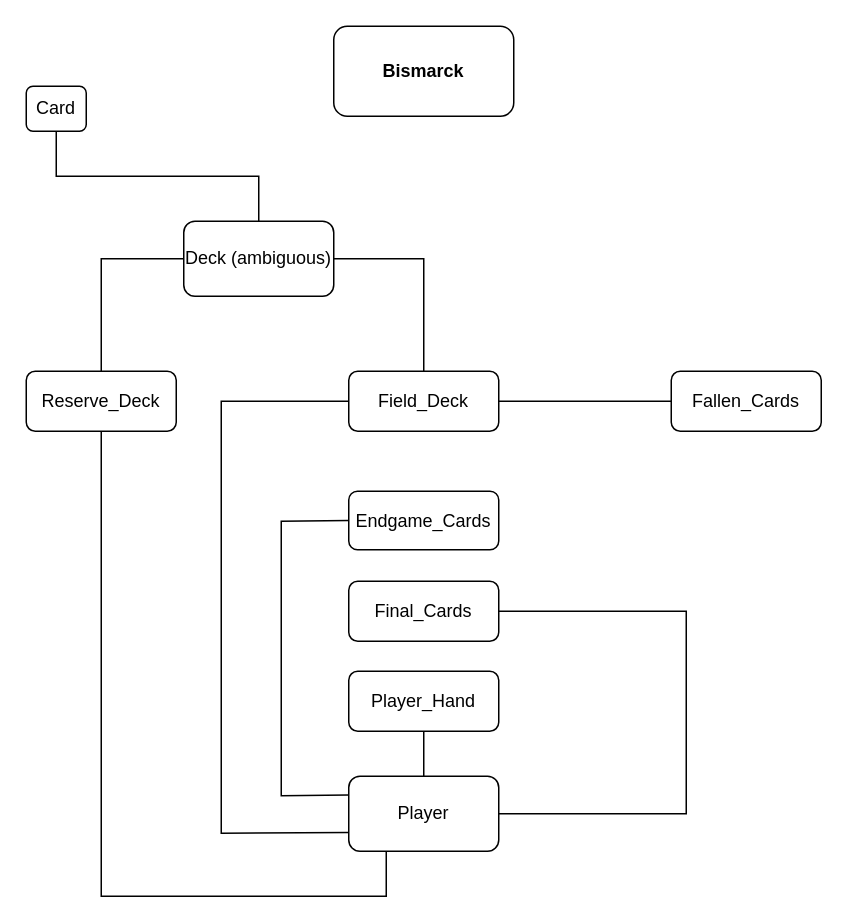
The draw.io diagram documentation/Bismarck_architecture.drawio in Catrovitch/Bismarck, before the edit. Source tidied: cells renumbered, new cells numbered last; positions are measured from the earlier drawing's top-left corner, leaving out a move shared by most shapes. Both pictures are drawn from the tidied source at 150%, with x=0, y=0 at pixel (26, 26).
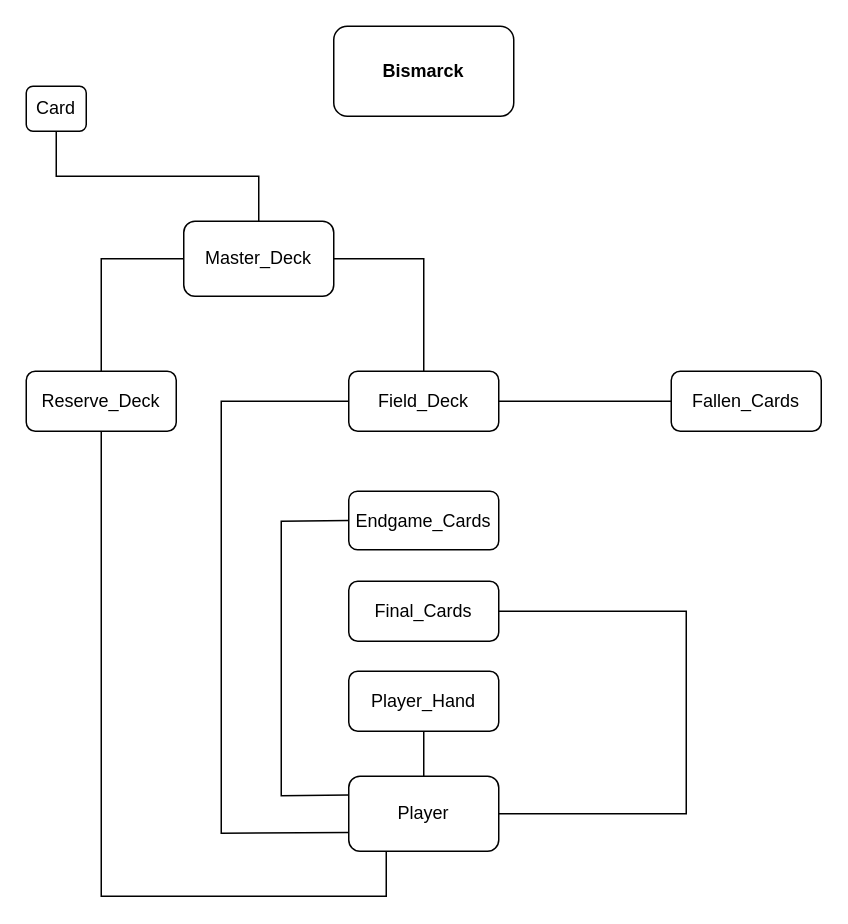
The same page after the edit.

Change to the diagram source:
```diff
@@
-    <mxCell id="14" value="Deck (ambiguous)" style="rounded=1;whiteSpace=wrap;html=1;" parent="1" vertex="1">
+    <mxCell id="14" value="&lt;div&gt;Master_Deck&lt;/div&gt;" style="rounded=1;whiteSpace=wrap;html=1;" parent="1" vertex="1">
       <mxGeometry x="105" y="130" width="100" height="50" as="geometry" />
     </mxCell>
```
